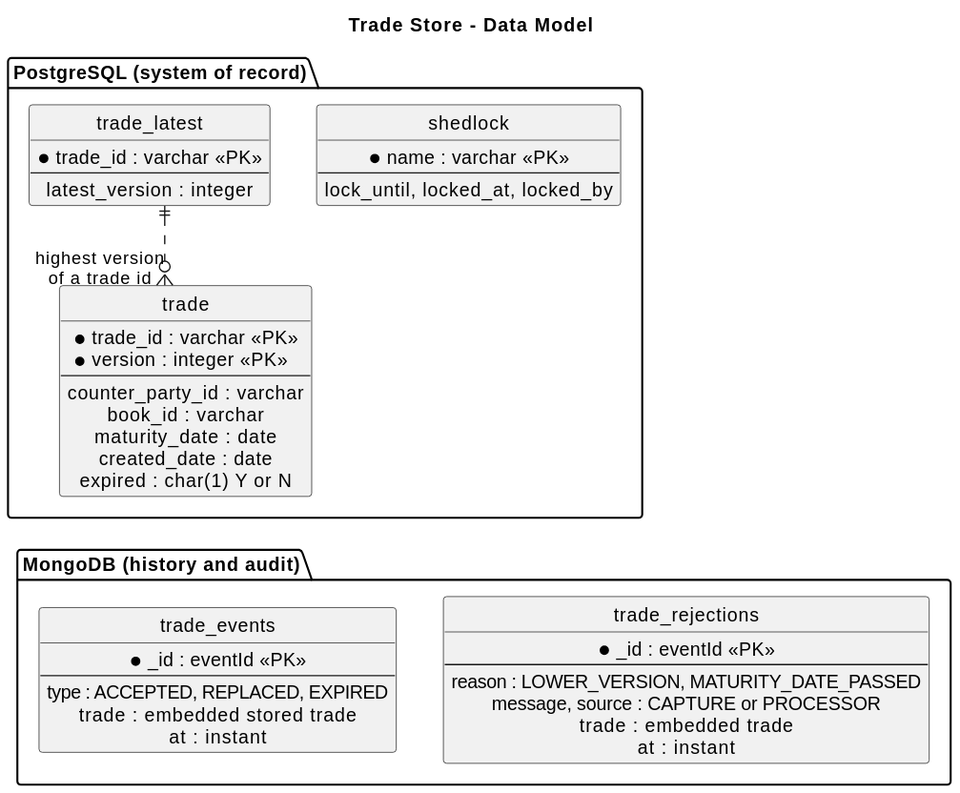
This is docs/diagrams/data-model.svg from vijaydixitffis/dws-trade-app, a PlantUML export, as it was before one commit. Its diagram source:
```plantuml
@startuml
title Trade Store - Data Model
hide circle
skinparam linetype ortho
top to bottom direction
skinparam defaultTextAlignment center

package "PostgreSQL (system of record)" {
  entity "trade_latest" as latest {
    * trade_id : varchar <<PK>>
    --
    latest_version : integer
  }
  entity "trade" as trade {
    * trade_id : varchar <<PK>>
    * version : integer <<PK>>
    --
    counter_party_id : varchar
    book_id : varchar
    maturity_date : date
    created_date : date
    expired : char(1) Y or N
  }
  entity "shedlock" as lock {
    * name : varchar <<PK>>
    --
    lock_until, locked_at, locked_by
  }
}

package "MongoDB (history and audit)" {
  entity "trade_events" as events {
    * _id : eventId <<PK>>
    --
    type : ACCEPTED, REPLACED, EXPIRED
    trade : embedded stored trade
    at : instant
  }
  entity "trade_rejections" as rej {
    * _id : eventId <<PK>>
    --
    reason : LOWER_VERSION, MATURITY_DATE_PASSED
    message, source : CAPTURE or PROCESSOR
    trade : embedded trade
    at : instant
  }
}

latest ||..o{ trade : "highest version\nof a trade id"
lock -[hidden]down-> events
trade -[hidden]down-> events
events -[hidden]right-> rej
@enduml
```
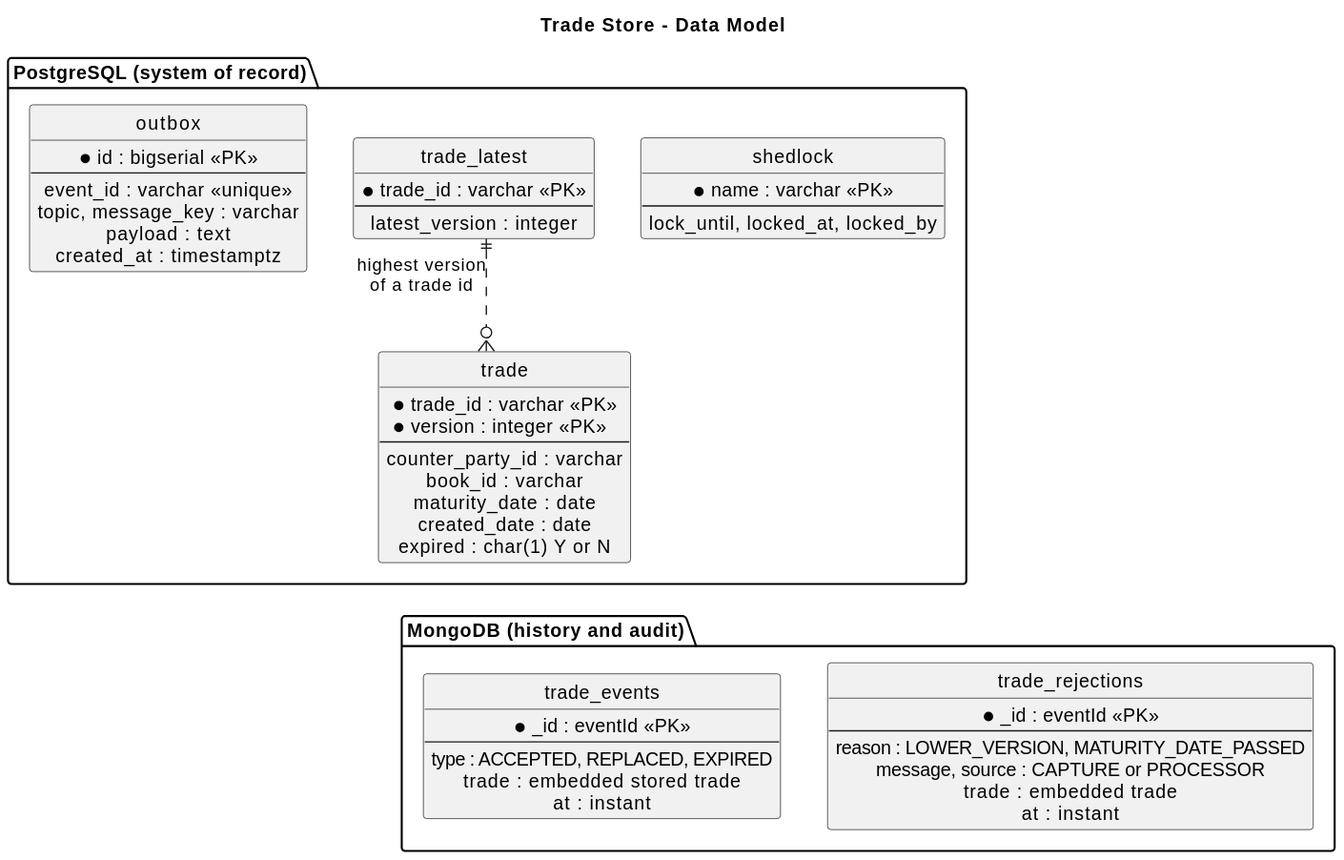
After the change.

The edit, as a diff of the source:
```diff
@@ -20,6 +20,14 @@
     maturity_date : date
     created_date : date
     expired : char(1) Y or N
+  }
+  entity "outbox" as outbox {
+    * id : bigserial <<PK>>
+    --
+    event_id : varchar <<unique>>
+    topic, message_key : varchar
+    payload : text
+    created_at : timestamptz
   }
   entity "shedlock" as lock {
     * name : varchar <<PK>>
@@ -47,6 +55,7 @@
 }
 
 latest ||..o{ trade : "highest version\nof a trade id"
+outbox -[hidden]right-> lock
 lock -[hidden]down-> events
 trade -[hidden]down-> events
 events -[hidden]right-> rej
```
